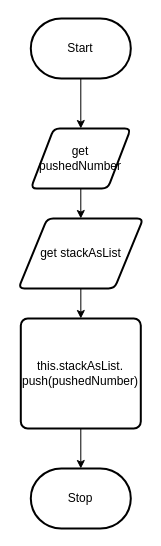
Before: flowchart.drawio in Rodas-Nega1/ics4u-unit-2-01-typescript, a draw.io diagram. Source tidied: cells renumbered, new cells numbered last; positions are measured from the earlier drawing's top-left corner, leaving out a move shared by most shapes. Both pictures are drawn from the tidied source at 100%, with x=0, y=0 at pixel (18, 18).
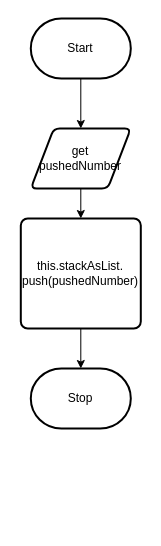
The same page after the edit.

Change to the diagram source:
```diff
@@
 <mxGraphModel>
   <root>
     <mxCell id="0" />
     <mxCell id="1" parent="0" />
     <mxCell id="2" style="edgeStyle=none;html=1;" parent="1" edge="1" source="3">
       <mxGeometry relative="1" as="geometry">
         <mxPoint x="62.3" y="110" as="targetPoint" />
       </mxGeometry>
     </mxCell>
     <mxCell id="3" value="Start" style="strokeWidth=2;html=1;shape=mxgraph.flowchart.terminator;whiteSpace=wrap;" parent="1" vertex="1">
       <mxGeometry x="12.3" width="100" height="60" as="geometry" />
     </mxCell>
     <mxCell id="4" style="edgeStyle=none;html=1;" parent="1" edge="1" source="5">
       <mxGeometry relative="1" as="geometry">
         <mxPoint x="62.3" y="200" as="targetPoint" />
       </mxGeometry>
     </mxCell>
     <mxCell id="5" value="get pushedNumber" style="shape=parallelogram;html=1;strokeWidth=2;perimeter=parallelogramPerimeter;whiteSpace=wrap;rounded=1;arcSize=12;size=0.23;" parent="1" vertex="1">
       <mxGeometry x="12.3" y="110" width="100" height="60" as="geometry" />
     </mxCell>
     <mxCell id="6" value="Stop" style="strokeWidth=2;html=1;shape=mxgraph.flowchart.terminator;whiteSpace=wrap;" parent="1" vertex="1">
-      <mxGeometry x="12.3" y="450" width="100" height="60" as="geometry" />
+      <mxGeometry x="12.3" y="350" width="100" height="60" as="geometry" />
     </mxCell>
-    <mxCell id="7" style="edgeStyle=none;html=1;fontFamily=Helvetica;fontSize=12;fontColor=#FFFFFF;" parent="1" edge="1" source="8" target="10">
-      <mxGeometry relative="1" as="geometry" />
-    </mxCell>
-    <mxCell id="8" value="get stackAsList" style="shape=parallelogram;html=1;strokeWidth=2;perimeter=parallelogramPerimeter;whiteSpace=wrap;rounded=1;arcSize=12;size=0.23;" parent="1" vertex="1">
-      <mxGeometry y="200" width="124.7" height="70" as="geometry" />
-    </mxCell>
-    <mxCell id="9" style="edgeStyle=none;html=1;fontFamily=Helvetica;fontSize=12;fontColor=#FFFFFF;" parent="1" edge="1" source="10" target="6">
+    <mxCell id="9" style="edgeStyle=none;html=1;" parent="1" edge="1" source="10" target="6">
       <mxGeometry relative="1" as="geometry" />
     </mxCell>
     <mxCell id="10" value="&lt;span id=&quot;docs-internal-guid-41b98cf5-7fff-8296-12a3-1a83e9f73964&quot;&gt;&lt;font color=&quot;#000000&quot;&gt;&lt;span style=&quot;vertical-align: baseline&quot;&gt;this&lt;/span&gt;&lt;span style=&quot;vertical-align: baseline&quot;&gt;.stackAsList.&lt;br&gt;push(pushedNumber)&lt;/span&gt;&lt;/font&gt;&lt;/span&gt;" style="rounded=1;whiteSpace=wrap;html=1;absoluteArcSize=1;arcSize=14;strokeWidth=2;" parent="1" vertex="1">
-      <mxGeometry x="2.3" y="300" width="120" height="110" as="geometry" />
+      <mxGeometry x="2.3" y="200" width="120" height="110" as="geometry" />
     </mxCell>
   </root>
 </mxGraphModel>
```
